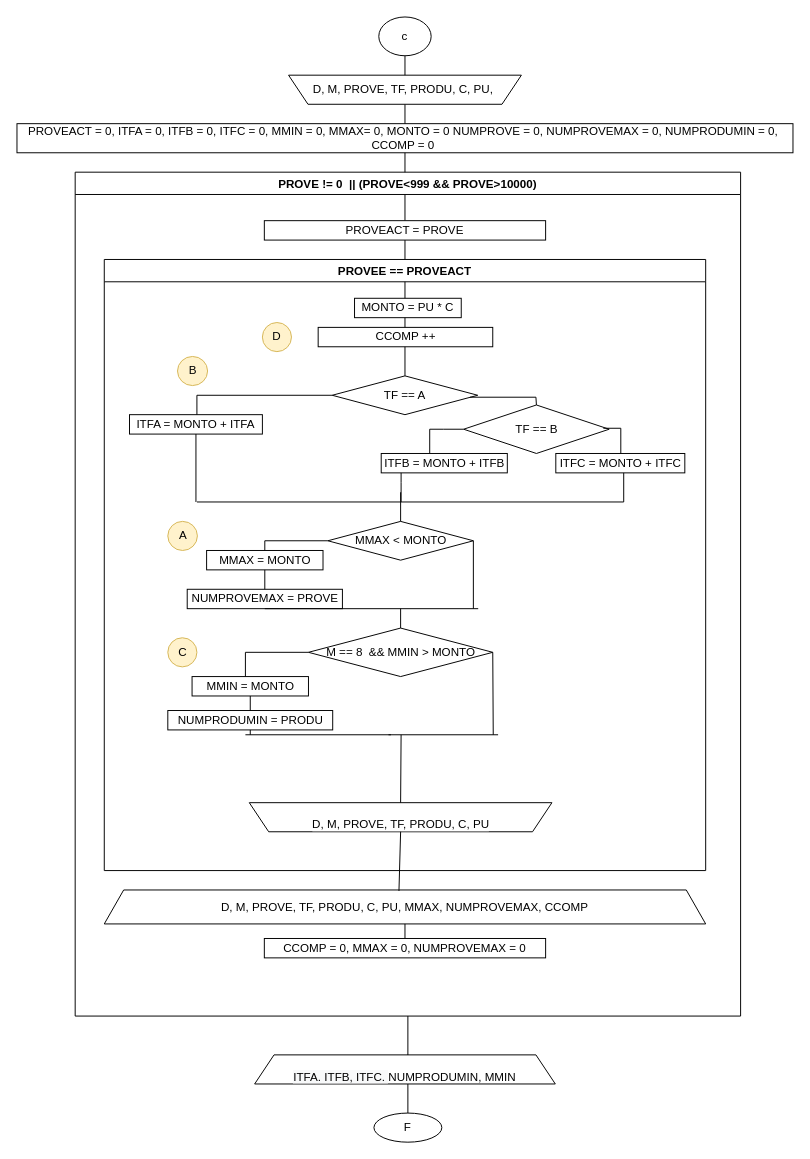
Above: 1C Recu corte control.drawio in Ferbinand/Ferbinand (draw.io), before the change. Source tidied: cells renumbered, new cells numbered last; positions are measured from the earlier drawing's top-left corner, leaving out a move shared by most shapes. Both pictures are drawn from the tidied source at 97%, with x=0, y=0 at pixel (16, 16).
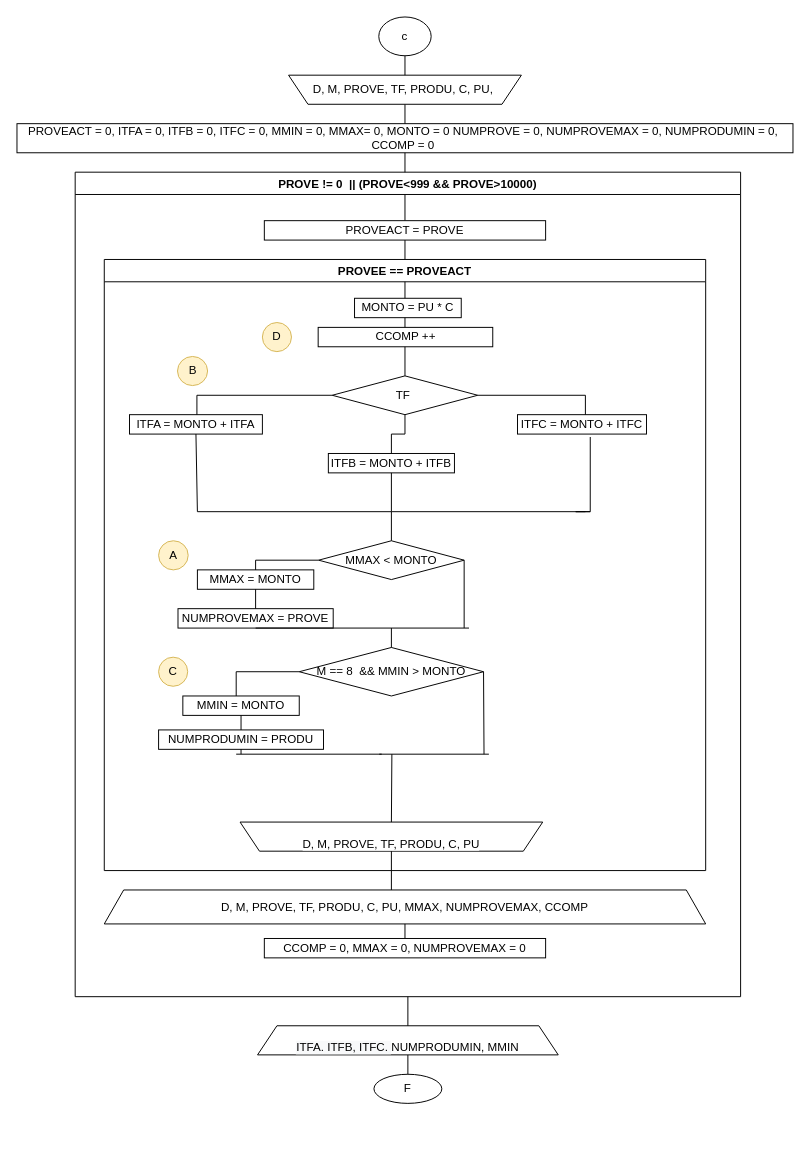
After the change.

Commit message:
Update 1C Recu corte control V3.drawio

The change refers to these unchanged cells:
```xml
<mxCell id="7" value="PROVEE == PROVEACT" style="swimlane;" parent="4" vertex="1">
  <mxGeometry x="30" y="90" width="620" height="630" as="geometry" />
</mxCell>
<mxCell id="10" value="ITFA = MONTO + ITFA" style="rounded=0;whiteSpace=wrap;html=1;" parent="7" vertex="1">
  <mxGeometry x="26" y="160" width="137" height="20" as="geometry" />
</mxCell>
<mxCell id="39" value="D, M, PROVE, TF, PRODU, C, PU, MMAX, NUMPROVEMAX, CCOMP" style="shape=trapezoid;perimeter=trapezoidPerimeter;whiteSpace=wrap;html=1;fixedSize=1;" parent="4" vertex="1">
  <mxGeometry x="30" y="740" width="620" height="35" as="geometry" />
</mxCell>
```

Diff of the diagram source:
```diff
@@
     <mxCell id="4" value="PROVE != 0  || (PROVE&lt;999 &amp;&amp; PROVE&gt;10000)" style="swimlane;" parent="1" vertex="1">
-      <mxGeometry x="60" y="160" width="686" height="870" as="geometry" />
+      <mxGeometry x="60" y="160" width="686" height="850" as="geometry" />
     </mxCell>
@@
     <mxCell id="8" value="&lt;br style=&quot;&quot;&gt;&lt;span style=&quot;background-color: rgb(255, 255, 255);&quot;&gt;D, M, PROVE, TF, PRODU, C, PU&lt;/span&gt;" style="shape=trapezoid;perimeter=trapezoidPerimeter;whiteSpace=wrap;html=1;fixedSize=1;flipV=1;" parent="7" vertex="1">
-      <mxGeometry x="149.5" y="560" width="312" height="30" as="geometry" />
+      <mxGeometry x="140" y="580" width="312" height="30" as="geometry" />
     </mxCell>
-    <mxCell id="9" value="TF == A" style="rhombus;whiteSpace=wrap;html=1;" parent="7" vertex="1">
+    <mxCell id="9" value="TF&amp;nbsp;" style="rhombus;whiteSpace=wrap;html=1;" parent="7" vertex="1">
       <mxGeometry x="235" y="120" width="150" height="40" as="geometry" />
     </mxCell>
@@
-    <mxCell id="11" style="endArrow=none;html=1;rounded=0;exitX=0.5;exitY=1;exitDx=0;exitDy=0;" parent="7" edge="1" source="10">
-      <mxGeometry relative="1" as="geometry">
-        <mxPoint x="94.5" y="250" as="targetPoint" />
-      </mxGeometry>
-    </mxCell>
-    <mxCell id="12" style="endArrow=none;html=1;rounded=0;" parent="7" edge="1">
-      <mxGeometry relative="1" as="geometry">
-        <mxPoint x="95.5" y="250" as="sourcePoint" />
-        <mxPoint x="535.5" y="250" as="targetPoint" />
-      </mxGeometry>
-    </mxCell>
-    <mxCell id="13" style="endArrow=none;html=1;rounded=0;entryX=0;entryY=0.5;entryDx=0;entryDy=0;startArrow=none;" parent="7" edge="1" target="14">
-      <mxGeometry relative="1" as="geometry">
-        <mxPoint x="335.5" y="200" as="sourcePoint" />
-        <Array as="points">
-          <mxPoint x="335.5" y="175" />
-          <mxPoint x="349.5" y="175" />
-        </Array>
-      </mxGeometry>
-    </mxCell>
-    <mxCell id="14" value="TF == B" style="rhombus;whiteSpace=wrap;html=1;" parent="7" vertex="1">
-      <mxGeometry x="370.5" y="150" width="150" height="50" as="geometry" />
-    </mxCell>
-    <mxCell id="15" style="endArrow=none;html=1;rounded=0;exitX=0.5;exitY=0;exitDx=0;exitDy=0;entryX=0.947;entryY=0.55;entryDx=0;entryDy=0;entryPerimeter=0;" parent="7" edge="1" source="14" target="9">
-      <mxGeometry relative="1" as="geometry">
-        <Array as="points">
-          <mxPoint x="445" y="142" />
-        </Array>
-      </mxGeometry>
-    </mxCell>
     <mxCell id="16" value="ITFC = MONTO + ITFC" style="rounded=0;whiteSpace=wrap;html=1;" parent="7" vertex="1">
-      <mxGeometry x="465.5" y="200" width="133" height="20" as="geometry" />
+      <mxGeometry x="426" y="160" width="133" height="20" as="geometry" />
     </mxCell>
-    <mxCell id="17" style="endArrow=none;html=1;rounded=0;entryX=0.96;entryY=0.48;entryDx=0;entryDy=0;entryPerimeter=0;" parent="7" edge="1" target="14">
-      <mxGeometry relative="1" as="geometry">
-        <mxPoint x="532.5" y="200" as="sourcePoint" />
-        <Array as="points">
-          <mxPoint x="532.5" y="174" />
-        </Array>
-      </mxGeometry>
-    </mxCell>
-    <mxCell id="18" style="endArrow=none;html=1;rounded=0;" parent="7" edge="1">
-      <mxGeometry relative="1" as="geometry">
-        <mxPoint x="535.5" y="220" as="sourcePoint" />
-        <mxPoint x="535.5" y="250" as="targetPoint" />
-      </mxGeometry>
-    </mxCell>
@@
     <mxCell id="21" value="ITFB = MONTO + ITFB" style="rounded=0;whiteSpace=wrap;html=1;" parent="7" vertex="1">
-      <mxGeometry x="285.5" y="200" width="130" height="20" as="geometry" />
+      <mxGeometry x="231" y="200" width="130" height="20" as="geometry" />
     </mxCell>
     <mxCell id="22" value="MMAX &amp;lt; MONTO" style="rhombus;whiteSpace=wrap;html=1;" parent="7" vertex="1">
-      <mxGeometry x="230.5" y="270" width="150" height="40" as="geometry" />
+      <mxGeometry x="221" y="290" width="150" height="40" as="geometry" />
     </mxCell>
     <mxCell id="23" value="MMAX = MONTO" style="rounded=0;whiteSpace=wrap;html=1;" parent="7" vertex="1">
-      <mxGeometry x="105.5" y="300" width="120" height="20" as="geometry" />
+      <mxGeometry x="96" y="320" width="120" height="20" as="geometry" />
     </mxCell>
     <mxCell id="24" value="NUMPROVEMAX = PROVE" style="rounded=0;whiteSpace=wrap;html=1;" parent="7" vertex="1">
-      <mxGeometry x="85.5" y="340" width="160" height="20" as="geometry" />
+      <mxGeometry x="76" y="360" width="160" height="20" as="geometry" />
     </mxCell>
     <mxCell id="25" style="endArrow=none;html=1;rounded=0;entryX=0;entryY=0.5;entryDx=0;entryDy=0;exitX=0.5;exitY=0;exitDx=0;exitDy=0;" parent="7" edge="1" source="23" target="22">
       <mxGeometry relative="1" as="geometry">
         <Array as="points">
-          <mxPoint x="165.5" y="290" />
+          <mxPoint x="156" y="310" />
         </Array>
       </mxGeometry>
     </mxCell>
@@
     <mxCell id="27" value="A" style="ellipse;whiteSpace=wrap;html=1;fillColor=#fff2cc;strokeColor=#d6b656;" parent="7" vertex="1">
-      <mxGeometry x="65.5" y="270" width="30.5" height="30" as="geometry" />
+      <mxGeometry x="56" y="290" width="30.5" height="30" as="geometry" />
     </mxCell>
@@
     <mxCell id="29" value="M == 8&amp;nbsp; &amp;amp;&amp;amp; MMIN &amp;gt; MONTO" style="rhombus;whiteSpace=wrap;html=1;" parent="7" vertex="1">
-      <mxGeometry x="210.5" y="380" width="190" height="50" as="geometry" />
+      <mxGeometry x="201" y="400" width="190" height="50" as="geometry" />
     </mxCell>
     <mxCell id="30" value="MMIN = MONTO" style="rounded=0;whiteSpace=wrap;html=1;" parent="7" vertex="1">
-      <mxGeometry x="90.5" y="430" width="120" height="20" as="geometry" />
+      <mxGeometry x="81" y="450" width="120" height="20" as="geometry" />
     </mxCell>
     <mxCell id="31" value="NUMPRODUMIN = PRODU" style="rounded=0;whiteSpace=wrap;html=1;" parent="7" vertex="1">
-      <mxGeometry x="65.5" y="465" width="170" height="20" as="geometry" />
+      <mxGeometry x="56" y="485" width="170" height="20" as="geometry" />
     </mxCell>
     <mxCell id="32" style="endArrow=none;html=1;rounded=0;entryX=0;entryY=0.5;entryDx=0;entryDy=0;" parent="7" edge="1" target="29">
       <mxGeometry relative="1" as="geometry">
-        <mxPoint x="145.5" y="430" as="sourcePoint" />
+        <mxPoint x="136" y="450" as="sourcePoint" />
         <Array as="points">
-          <mxPoint x="145.5" y="405" />
+          <mxPoint x="136" y="425" />
         </Array>
       </mxGeometry>
     </mxCell>
@@
     <mxCell id="34" style="endArrow=none;html=1;rounded=0;entryX=1;entryY=0.5;entryDx=0;entryDy=0;" parent="7" edge="1" target="29">
       <mxGeometry relative="1" as="geometry">
-        <mxPoint x="401" y="490" as="sourcePoint" />
+        <mxPoint x="391.5" y="510" as="sourcePoint" />
       </mxGeometry>
     </mxCell>
     <mxCell id="35" style="endArrow=none;html=1;rounded=0;" parent="7" edge="1">
       <mxGeometry relative="1" as="geometry">
-        <mxPoint x="293" y="490" as="sourcePoint" />
-        <mxPoint x="406" y="490" as="targetPoint" />
+        <mxPoint x="283.5" y="510" as="sourcePoint" />
+        <mxPoint x="396.5" y="510" as="targetPoint" />
       </mxGeometry>
     </mxCell>
     <mxCell id="36" value="C" style="ellipse;whiteSpace=wrap;html=1;fillColor=#fff2cc;strokeColor=#d6b656;" parent="7" vertex="1">
-      <mxGeometry x="65.5" y="390" width="30" height="30" as="geometry" />
+      <mxGeometry x="56" y="410" width="30" height="30" as="geometry" />
     </mxCell>
@@
+    <mxCell id="58" style="endArrow=none;html=1;rounded=0;entryX=0.5;entryY=1;entryDx=0;entryDy=0;" parent="7" edge="1" source="21" target="9">
+      <mxGeometry relative="1" as="geometry">
+        <Array as="points">
+          <mxPoint x="296" y="180" />
+          <mxPoint x="310" y="180" />
+        </Array>
+      </mxGeometry>
+    </mxCell>
+    <mxCell id="59" style="endArrow=none;html=1;rounded=0;entryX=1;entryY=0.5;entryDx=0;entryDy=0;" parent="7" edge="1" target="9">
+      <mxGeometry relative="1" as="geometry">
+        <mxPoint x="496" y="160" as="sourcePoint" />
+        <Array as="points">
+          <mxPoint x="496" y="140" />
+        </Array>
+      </mxGeometry>
+    </mxCell>
+    <mxCell id="60" style="endArrow=none;html=1;rounded=0;entryX=0.5;entryY=1;entryDx=0;entryDy=0;exitX=0.5;exitY=0;exitDx=0;exitDy=0;" parent="7" edge="1" source="22" target="10">
+      <mxGeometry relative="1" as="geometry">
+        <Array as="points">
+          <mxPoint x="296" y="260" />
+          <mxPoint x="96" y="260" />
+        </Array>
+      </mxGeometry>
+    </mxCell>
@@
-    <mxCell id="40" style="endArrow=none;html=1;rounded=0;entryX=0.5;entryY=1;entryDx=0;entryDy=0;exitX=0.49;exitY=0.029;exitDx=0;exitDy=0;exitPerimeter=0;" parent="4" edge="1" source="39" target="8">
-      <mxGeometry relative="1" as="geometry" />
+    <mxCell id="40" style="endArrow=none;html=1;rounded=0;entryX=0.5;entryY=1;entryDx=0;entryDy=0;" parent="4" edge="1" target="8">
+      <mxGeometry relative="1" as="geometry">
+        <mxPoint x="326" y="740" as="sourcePoint" />
+      </mxGeometry>
     </mxCell>
@@
     <mxCell id="43" value="F" style="ellipse;whiteSpace=wrap;html=1;" parent="1" vertex="1">
-      <mxGeometry x="368" y="1130" width="70" height="30" as="geometry" />
+      <mxGeometry x="368" y="1090" width="70" height="30" as="geometry" />
     </mxCell>
@@
-    <mxCell id="45" style="endArrow=none;html=1;rounded=0;exitX=0.5;exitY=1;exitDx=0;exitDy=0;entryX=0.5;entryY=0;entryDx=0;entryDy=0;startArrow=none;" parent="1" edge="1" source="4" target="43">
+    <mxCell id="45" style="endArrow=none;html=1;rounded=0;exitX=0.5;exitY=1;exitDx=0;exitDy=0;entryX=0.5;entryY=0;entryDx=0;entryDy=0;startArrow=none;" parent="1" edge="1" source="55" target="43">
       <mxGeometry relative="1" as="geometry" />
     </mxCell>
@@
-    <mxCell id="47" style="endArrow=none;html=1;rounded=0;" parent="1" edge="1">
-      <mxGeometry relative="1" as="geometry">
-        <mxPoint x="396" y="500" as="sourcePoint" />
-        <mxPoint x="396" y="470" as="targetPoint" />
-        <Array as="points">
-          <mxPoint x="396" y="480" />
-        </Array>
-      </mxGeometry>
-    </mxCell>
     <mxCell id="48" style="endArrow=none;html=1;rounded=0;entryX=1;entryY=0.5;entryDx=0;entryDy=0;" parent="1" edge="1" target="22">
       <mxGeometry relative="1" as="geometry">
-        <mxPoint x="470.5" y="610" as="sourcePoint" />
+        <mxPoint x="461" y="630" as="sourcePoint" />
       </mxGeometry>
     </mxCell>
     <mxCell id="49" style="endArrow=none;html=1;rounded=0;" parent="1" edge="1">
       <mxGeometry relative="1" as="geometry">
-        <mxPoint x="255.5" y="610" as="sourcePoint" />
-        <mxPoint x="475.5" y="610" as="targetPoint" />
+        <mxPoint x="246" y="630" as="sourcePoint" />
+        <mxPoint x="466" y="630" as="targetPoint" />
       </mxGeometry>
     </mxCell>
     <mxCell id="50" style="endArrow=none;html=1;rounded=0;exitX=0.5;exitY=1;exitDx=0;exitDy=0;" parent="1" edge="1" source="24">
       <mxGeometry relative="1" as="geometry">
-        <mxPoint x="255.5" y="610" as="targetPoint" />
+        <mxPoint x="246" y="630" as="targetPoint" />
       </mxGeometry>
     </mxCell>
-    <mxCell id="51" style="endArrow=none;html=1;rounded=0;exitX=0.5;exitY=0;exitDx=0;exitDy=0;" parent="1" edge="1" source="22">
-      <mxGeometry relative="1" as="geometry">
-        <mxPoint x="395.5" y="490" as="targetPoint" />
-      </mxGeometry>
-    </mxCell>
     <mxCell id="52" style="endArrow=none;html=1;rounded=0;exitX=0.5;exitY=0;exitDx=0;exitDy=0;" parent="1" edge="1" source="29">
       <mxGeometry relative="1" as="geometry">
-        <mxPoint x="395.5" y="610" as="targetPoint" />
+        <mxPoint x="386" y="630" as="targetPoint" />
       </mxGeometry>
     </mxCell>
     <mxCell id="53" style="endArrow=none;html=1;rounded=0;" parent="1" edge="1">
       <mxGeometry relative="1" as="geometry">
-        <mxPoint x="235.5" y="740" as="sourcePoint" />
-        <mxPoint x="385.5" y="740" as="targetPoint" />
+        <mxPoint x="226" y="760" as="sourcePoint" />
+        <mxPoint x="376" y="760" as="targetPoint" />
       </mxGeometry>
     </mxCell>
     <mxCell id="54" style="endArrow=none;html=1;rounded=0;entryX=0.5;entryY=1;entryDx=0;entryDy=0;" parent="1" edge="1" target="31">
       <mxGeometry relative="1" as="geometry">
-        <mxPoint x="240.5" y="740" as="sourcePoint" />
+        <mxPoint x="231" y="760" as="sourcePoint" />
       </mxGeometry>
     </mxCell>
-    <mxCell id="55" value="&lt;br&gt;&lt;span style=&quot;color: rgb(0, 0, 0); font-family: Helvetica; font-size: 12px; font-style: normal; font-variant-ligatures: normal; font-variant-caps: normal; font-weight: 400; letter-spacing: normal; orphans: 2; text-align: center; text-indent: 0px; text-transform: none; widows: 2; word-spacing: 0px; -webkit-text-stroke-width: 0px; background-color: rgb(248, 249, 250); text-decoration-thickness: initial; text-decoration-style: initial; text-decoration-color: initial; float: none; display: inline !important;&quot;&gt;ITFA. ITFB, ITFC.&amp;nbsp;&lt;/span&gt;NUMPRODUMIN, MMIN" style="shape=trapezoid;perimeter=trapezoidPerimeter;whiteSpace=wrap;html=1;fixedSize=1;" parent="1" vertex="1">
-      <mxGeometry x="245" y="1070" width="310" height="30" as="geometry" />
-    </mxCell>
@@
     <mxCell id="57" style="endArrow=none;html=1;rounded=0;exitX=0.5;exitY=0;exitDx=0;exitDy=0;" parent="1" edge="1" source="8">
       <mxGeometry relative="1" as="geometry">
-        <mxPoint x="396" y="740" as="targetPoint" />
+        <mxPoint x="386.5" y="760" as="targetPoint" />
       </mxGeometry>
     </mxCell>
+    <mxCell id="61" style="endArrow=none;html=1;rounded=0;entryX=0.5;entryY=1;entryDx=0;entryDy=0;" parent="1" edge="1" target="21">
+      <mxGeometry relative="1" as="geometry">
+        <mxPoint x="386" y="510" as="sourcePoint" />
+      </mxGeometry>
+    </mxCell>
+    <mxCell id="62" style="endArrow=none;html=1;rounded=0;" parent="1" edge="1">
+      <mxGeometry relative="1" as="geometry">
+        <mxPoint x="386" y="510" as="sourcePoint" />
+        <mxPoint x="586" y="510" as="targetPoint" />
+      </mxGeometry>
+    </mxCell>
+    <mxCell id="63" style="endArrow=none;html=1;rounded=0;entryX=0.564;entryY=1.15;entryDx=0;entryDy=0;entryPerimeter=0;" parent="1" edge="1" target="16">
+      <mxGeometry relative="1" as="geometry">
+        <mxPoint x="591" y="510" as="sourcePoint" />
+        <Array as="points">
+          <mxPoint x="576" y="510" />
+          <mxPoint x="591" y="510" />
+        </Array>
+      </mxGeometry>
+    </mxCell>
+    <mxCell id="55" value="&lt;br&gt;&lt;span style=&quot;color: rgb(0, 0, 0); font-family: Helvetica; font-size: 12px; font-style: normal; font-variant-ligatures: normal; font-variant-caps: normal; font-weight: 400; letter-spacing: normal; orphans: 2; text-align: center; text-indent: 0px; text-transform: none; widows: 2; word-spacing: 0px; -webkit-text-stroke-width: 0px; background-color: rgb(248, 249, 250); text-decoration-thickness: initial; text-decoration-style: initial; text-decoration-color: initial; float: none; display: inline !important;&quot;&gt;ITFA. ITFB, ITFC.&amp;nbsp;&lt;/span&gt;NUMPRODUMIN, MMIN" style="shape=trapezoid;perimeter=trapezoidPerimeter;whiteSpace=wrap;html=1;fixedSize=1;" parent="1" vertex="1">
+      <mxGeometry x="248" y="1040" width="310" height="30" as="geometry" />
+    </mxCell>
+    <mxCell id="64" style="endArrow=none;html=1;rounded=0;exitX=0.5;exitY=1;exitDx=0;exitDy=0;entryX=0.5;entryY=0;entryDx=0;entryDy=0;startArrow=none;" parent="1" edge="1" source="4" target="55">
+      <mxGeometry relative="1" as="geometry" />
+    </mxCell>
```
